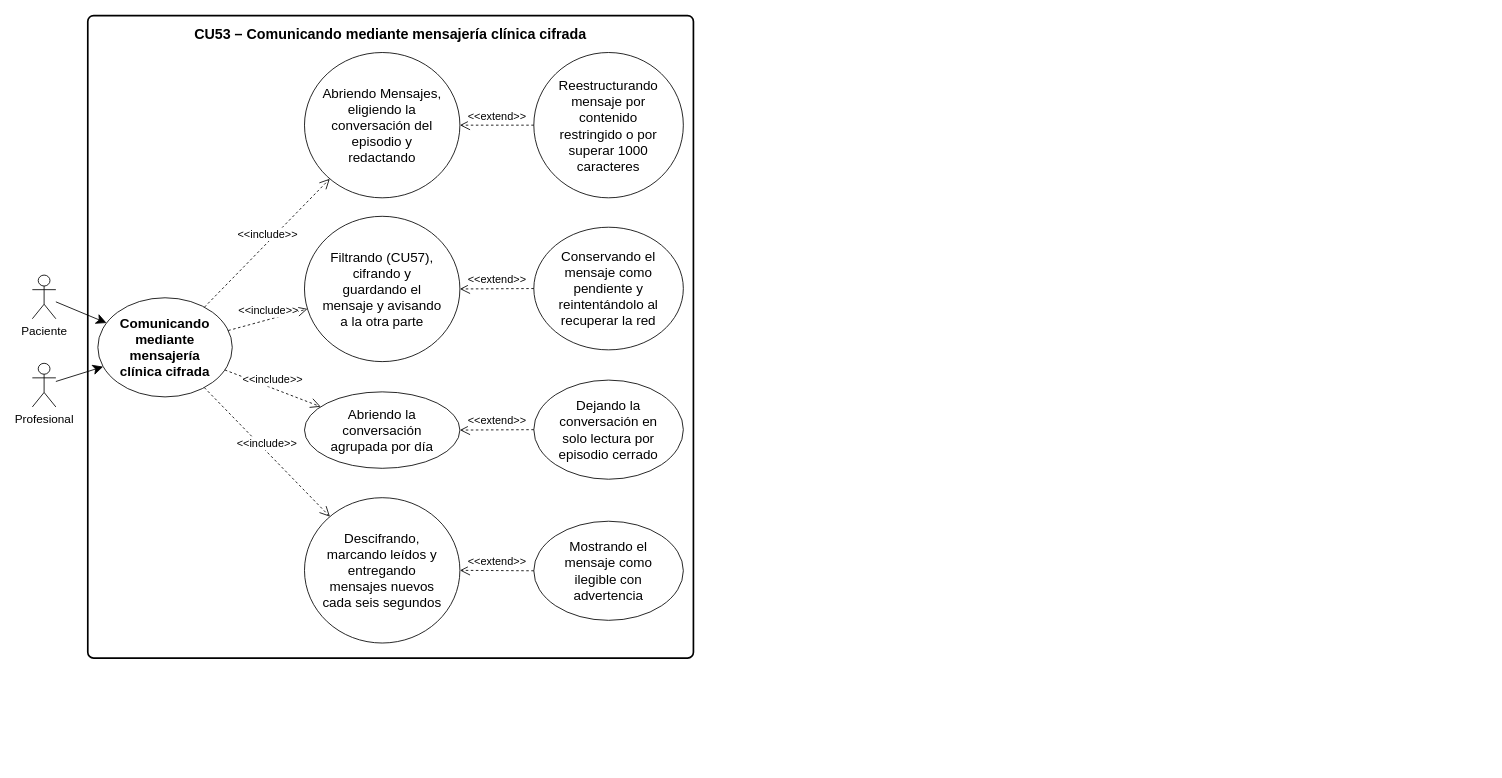
Earlier version of the draw.io diagram Documento 0/Diagramas de CU/CU53.drawio (souln4me/IDS_Documentacion_Grupo17). Source tidied: cells renumbered, new cells numbered last; positions are measured from the earlier drawing's top-left corner, leaving out a move shared by most shapes. Both pictures are drawn from the tidied source at 84%, with x=0, y=0 at pixel (32, 15).
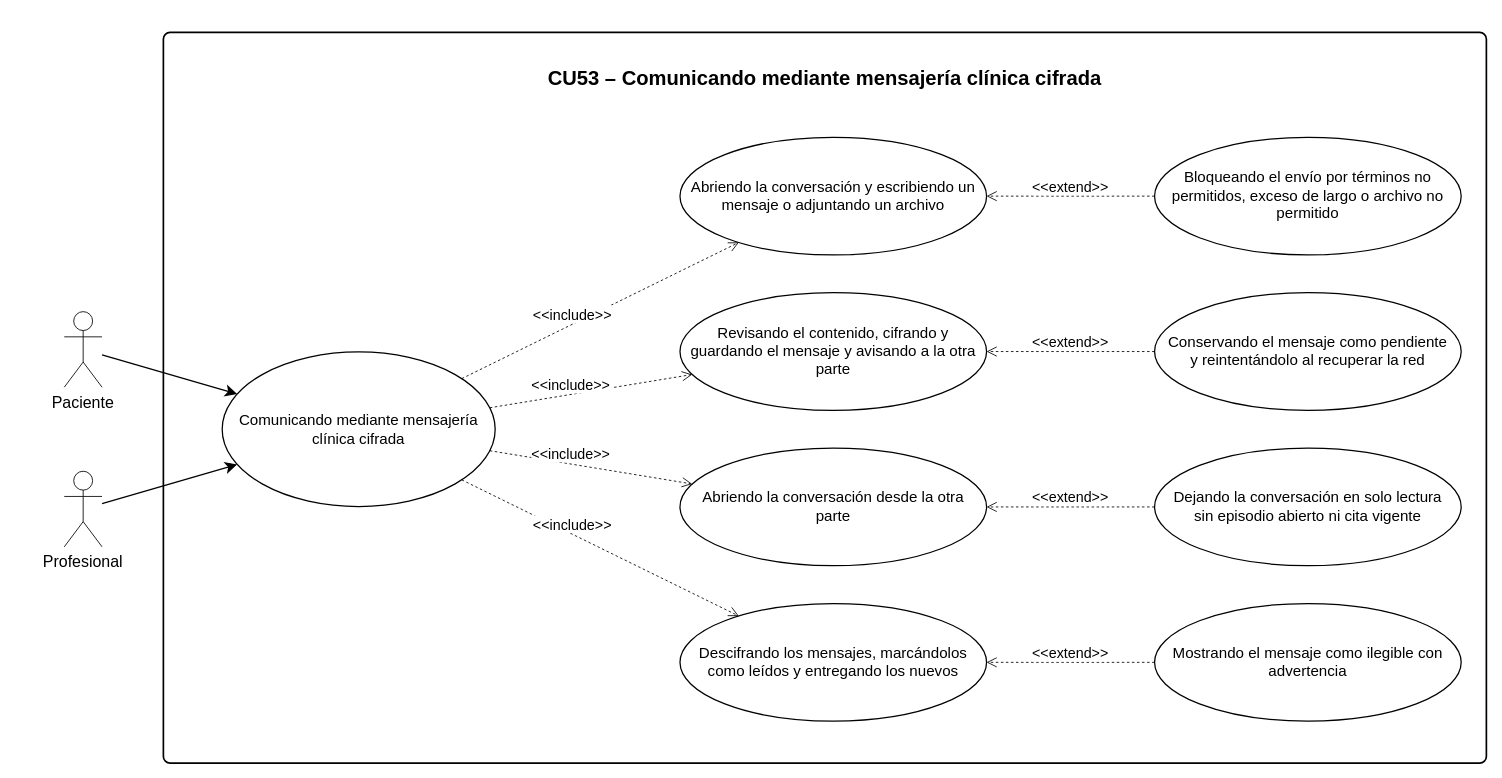
The same page after the edit.

The edit, as a diff of the source:
```diff
@@
-<mxGraphModel>
+<mxGraphModel background="#ffffff">
@@
-    <mxCell id="2" style="rounded=1;whiteSpace=wrap;html=1;absoluteArcSize=1;arcSize=14;strokeWidth=2;fillColor=none;" parent="1" vertex="1">
-      <mxGeometry x="66" width="721" height="765" as="geometry" />
-    </mxCell>
+    <mxCell id="25" style="rounded=1;whiteSpace=wrap;html=0;absoluteArcSize=1;arcSize=16;strokeWidth=2;fillColor=none;strokeColor=#000000;" parent="1" vertex="1">
+      <mxGeometry x="156" y="20" width="1575" height="870" as="geometry" />
+    </mxCell>
-    <mxCell id="3" value="CU53 – Comunicando mediante mensajería clínica cifrada" style="text;html=1;align=center;verticalAlign=middle;fontStyle=1;strokeColor=none;fillColor=none;fontSize=17;whiteSpace=wrap;" parent="1" vertex="1">
-      <mxGeometry x="76" y="6" width="701" height="34" as="geometry" />
+    <mxCell id="3" value="CU53 – Comunicando mediante mensajería clínica cifrada" style="text;html=0;align=center;verticalAlign=middle;fontStyle=1;strokeColor=none;fillColor=none;fontSize=24;fontFamily=Arial;fontColor=#000000;" parent="1" vertex="1">
+      <mxGeometry x="186" y="40" width="1515" height="65" as="geometry" />
     </mxCell>
-    <mxCell id="4" value="Comunicando mediante mensajería clínica cifrada" style="ellipse;whiteSpace=wrap;html=1;fontSize=16;spacing=0;spacingLeft=18;spacingRight=18;fontStyle=1;" parent="1" vertex="1">
-      <mxGeometry x="78" y="336" width="160" height="118" as="geometry" />
+    <mxCell id="4" value="Comunicando mediante mensajería clínica cifrada" style="ellipse;whiteSpace=wrap;html=0;align=center;verticalAlign=middle;fillColor=#FFFFFF;strokeColor=#000000;strokeWidth=1.5;fontFamily=Arial;fontSize=18;fontColor=#000000;spacing=12;" parent="1" vertex="1">
+      <mxGeometry x="226" y="400.5" width="325" height="184" as="geometry" />
     </mxCell>
-    <mxCell id="5" value="Abriendo Mensajes, eligiendo la conversación del episodio y redactando" style="ellipse;whiteSpace=wrap;html=1;fontSize=16;spacing=0;spacingLeft=20;spacingRight=20;" parent="1" vertex="1">
-      <mxGeometry x="324" y="44" width="185" height="173" as="geometry" />
-    </mxCell>
-    <mxCell id="6" value="&amp;lt;&amp;lt;include&amp;gt;&amp;gt;" style="html=1;verticalAlign=bottom;labelBackgroundColor=#ffffff;endArrow=open;dashed=1;endSize=10;curved=0;rounded=0;fontSize=13;" parent="1" edge="1" source="4" target="5">
-      <mxGeometry relative="1" as="geometry" />
-    </mxCell>
-    <mxCell id="7" value="Reestructurando mensaje por contenido restringido o por superar 1000 caracteres" style="ellipse;whiteSpace=wrap;html=1;fontSize=16;spacing=0;spacingLeft=20;spacingRight=20;" parent="1" vertex="1">
-      <mxGeometry x="597" y="44" width="178" height="173" as="geometry" />
-    </mxCell>
-    <mxCell id="8" value="&amp;lt;&amp;lt;extend&amp;gt;&amp;gt;" style="html=1;verticalAlign=bottom;labelBackgroundColor=#ffffff;endArrow=open;dashed=1;endSize=10;curved=0;rounded=0;fontSize=13;" parent="1" edge="1" source="7" target="5">
-      <mxGeometry relative="1" as="geometry" />
-    </mxCell>
-    <mxCell id="9" value="Filtrando (CU57), cifrando y guardando el mensaje y avisando a la otra parte" style="ellipse;whiteSpace=wrap;html=1;fontSize=16;spacing=0;spacingLeft=20;spacingRight=20;" parent="1" vertex="1">
-      <mxGeometry x="324" y="239" width="185" height="173" as="geometry" />
-    </mxCell>
-    <mxCell id="10" value="&amp;lt;&amp;lt;include&amp;gt;&amp;gt;" style="html=1;verticalAlign=bottom;labelBackgroundColor=#ffffff;endArrow=open;dashed=1;endSize=10;curved=0;rounded=0;fontSize=13;" parent="1" edge="1" source="4" target="9">
-      <mxGeometry relative="1" as="geometry" />
-    </mxCell>
-    <mxCell id="11" value="Conservando el mensaje como pendiente y reintentándolo al recuperar la red" style="ellipse;whiteSpace=wrap;html=1;fontSize=16;spacing=0;spacingLeft=20;spacingRight=20;" parent="1" vertex="1">
-      <mxGeometry x="597" y="252" width="178" height="146" as="geometry" />
-    </mxCell>
-    <mxCell id="12" value="&amp;lt;&amp;lt;extend&amp;gt;&amp;gt;" style="html=1;verticalAlign=bottom;labelBackgroundColor=#ffffff;endArrow=open;dashed=1;endSize=10;curved=0;rounded=0;fontSize=13;" parent="1" edge="1" source="11" target="9">
-      <mxGeometry relative="1" as="geometry" />
-    </mxCell>
-    <mxCell id="13" value="Abriendo la conversación agrupada por día" style="ellipse;whiteSpace=wrap;html=1;fontSize=16;spacing=0;spacingLeft=20;spacingRight=20;" parent="1" vertex="1">
-      <mxGeometry x="324" y="448" width="185" height="91" as="geometry" />
-    </mxCell>
-    <mxCell id="14" value="&amp;lt;&amp;lt;include&amp;gt;&amp;gt;" style="html=1;verticalAlign=bottom;labelBackgroundColor=#ffffff;endArrow=open;dashed=1;endSize=10;curved=0;rounded=0;fontSize=13;" parent="1" edge="1" source="4" target="13">
-      <mxGeometry relative="1" as="geometry" />
-    </mxCell>
-    <mxCell id="15" value="Dejando la conversación en solo lectura por episodio cerrado" style="ellipse;whiteSpace=wrap;html=1;fontSize=16;spacing=0;spacingLeft=20;spacingRight=20;" parent="1" vertex="1">
-      <mxGeometry x="597" y="434" width="178" height="118" as="geometry" />
-    </mxCell>
-    <mxCell id="16" value="&amp;lt;&amp;lt;extend&amp;gt;&amp;gt;" style="html=1;verticalAlign=bottom;labelBackgroundColor=#ffffff;endArrow=open;dashed=1;endSize=10;curved=0;rounded=0;fontSize=13;" parent="1" edge="1" source="15" target="13">
-      <mxGeometry relative="1" as="geometry" />
-    </mxCell>
-    <mxCell id="17" value="Descifrando, marcando leídos y entregando mensajes nuevos cada seis segundos" style="ellipse;whiteSpace=wrap;html=1;fontSize=16;spacing=0;spacingLeft=20;spacingRight=20;" parent="1" vertex="1">
-      <mxGeometry x="324" y="574" width="185" height="173" as="geometry" />
-    </mxCell>
-    <mxCell id="18" value="&amp;lt;&amp;lt;include&amp;gt;&amp;gt;" style="html=1;verticalAlign=bottom;labelBackgroundColor=#ffffff;endArrow=open;dashed=1;endSize=10;curved=0;rounded=0;fontSize=13;" parent="1" edge="1" source="4" target="17">
-      <mxGeometry relative="1" as="geometry" />
-    </mxCell>
-    <mxCell id="19" value="Mostrando el mensaje como ilegible con advertencia" style="ellipse;whiteSpace=wrap;html=1;fontSize=16;spacing=0;spacingLeft=20;spacingRight=20;" parent="1" vertex="1">
-      <mxGeometry x="597" y="602" width="178" height="118" as="geometry" />
-    </mxCell>
-    <mxCell id="20" value="&amp;lt;&amp;lt;extend&amp;gt;&amp;gt;" style="html=1;verticalAlign=bottom;labelBackgroundColor=#ffffff;endArrow=open;dashed=1;endSize=10;curved=0;rounded=0;fontSize=13;" parent="1" edge="1" source="19" target="17">
-      <mxGeometry relative="1" as="geometry" />
-    </mxCell>
-    <mxCell id="21" value="Paciente" style="shape=umlActor;verticalLabelPosition=bottom;verticalAlign=top;html=1;outlineConnect=0;fontSize=14;" parent="1" vertex="1">
-      <mxGeometry y="309" width="28" height="52" as="geometry" />
+    <mxCell id="21" value="Paciente" style="shape=umlActor;verticalLabelPosition=bottom;verticalAlign=top;html=0;outlineConnect=0;fillColor=#FFFFFF;strokeColor=#000000;fontFamily=Arial;fontSize=19;fontColor=#000000;" parent="1" vertex="1">
+      <mxGeometry x="38" y="352.5" width="45" height="90" as="geometry" />
     </mxCell>
-    <mxCell id="22" style="html=1;endArrow=classic;endSize=10;curved=0;rounded=0;" parent="1" edge="1" source="21" target="4">
+    <mxCell id="22" style="html=0;endArrow=classic;endSize=10;curved=0;rounded=0;strokeColor=#000000;strokeWidth=1.5;" parent="1" edge="1" source="21" target="4">
       <mxGeometry relative="1" as="geometry" />
     </mxCell>
-    <mxCell id="23" value="Profesional" style="shape=umlActor;verticalLabelPosition=bottom;verticalAlign=top;html=1;outlineConnect=0;fontSize=14;" parent="1" vertex="1">
-      <mxGeometry y="414" width="28" height="52" as="geometry" />
+    <mxCell id="23" value="Profesional" style="shape=umlActor;verticalLabelPosition=bottom;verticalAlign=top;html=0;outlineConnect=0;fillColor=#FFFFFF;strokeColor=#000000;fontFamily=Arial;fontSize=19;fontColor=#000000;" parent="1" vertex="1">
+      <mxGeometry x="38" y="542.5" width="45" height="90" as="geometry" />
     </mxCell>
-    <mxCell id="24" style="html=1;endArrow=classic;endSize=10;curved=0;rounded=0;" parent="1" edge="1" source="23" target="4">
+    <mxCell id="24" style="html=0;endArrow=classic;endSize=10;curved=0;rounded=0;strokeColor=#000000;strokeWidth=1.5;" parent="1" edge="1" source="23" target="4">
       <mxGeometry relative="1" as="geometry" />
     </mxCell>
+    <mxCell id="26" value="Abriendo la conversación y escribiendo un mensaje o adjuntando un archivo" style="ellipse;whiteSpace=wrap;html=0;align=center;verticalAlign=middle;fillColor=#FFFFFF;strokeColor=#000000;strokeWidth=1.5;fontFamily=Arial;fontSize=18;fontColor=#000000;spacing=12;" parent="1" vertex="1">
+      <mxGeometry x="771" y="145" width="365" height="140" as="geometry" />
+    </mxCell>
+    <mxCell id="27" value="&lt;&lt;include&gt;&gt;" style="html=0;verticalAlign=bottom;endArrow=open;endFill=0;dashed=1;endSize=10;curved=0;rounded=0;strokeColor=#000000;fontColor=#000000;fontFamily=Arial;fontSize=17;labelBackgroundColor=#FFFFFF;" parent="1" edge="1" source="4" target="26">
+      <mxGeometry x="-0.2" relative="1" as="geometry" />
+    </mxCell>
+    <mxCell id="28" value="Revisando el contenido, cifrando y guardando el mensaje y avisando a la otra parte" style="ellipse;whiteSpace=wrap;html=0;align=center;verticalAlign=middle;fillColor=#FFFFFF;strokeColor=#000000;strokeWidth=1.5;fontFamily=Arial;fontSize=18;fontColor=#000000;spacing=12;" parent="1" vertex="1">
+      <mxGeometry x="771" y="330" width="365" height="140" as="geometry" />
+    </mxCell>
+    <mxCell id="29" value="&lt;&lt;include&gt;&gt;" style="html=0;verticalAlign=bottom;endArrow=open;endFill=0;dashed=1;endSize=10;curved=0;rounded=0;strokeColor=#000000;fontColor=#000000;fontFamily=Arial;fontSize=17;labelBackgroundColor=#FFFFFF;" parent="1" edge="1" source="4" target="28">
+      <mxGeometry x="-0.2" relative="1" as="geometry" />
+    </mxCell>
+    <mxCell id="30" value="Abriendo la conversación desde la otra parte" style="ellipse;whiteSpace=wrap;html=0;align=center;verticalAlign=middle;fillColor=#FFFFFF;strokeColor=#000000;strokeWidth=1.5;fontFamily=Arial;fontSize=18;fontColor=#000000;spacing=12;" parent="1" vertex="1">
+      <mxGeometry x="771" y="515" width="365" height="140" as="geometry" />
+    </mxCell>
+    <mxCell id="31" value="&lt;&lt;include&gt;&gt;" style="html=0;verticalAlign=bottom;endArrow=open;endFill=0;dashed=1;endSize=10;curved=0;rounded=0;strokeColor=#000000;fontColor=#000000;fontFamily=Arial;fontSize=17;labelBackgroundColor=#FFFFFF;" parent="1" edge="1" source="4" target="30">
+      <mxGeometry x="-0.2" relative="1" as="geometry" />
+    </mxCell>
+    <mxCell id="32" value="Descifrando los mensajes, marcándolos como leídos y entregando los nuevos" style="ellipse;whiteSpace=wrap;html=0;align=center;verticalAlign=middle;fillColor=#FFFFFF;strokeColor=#000000;strokeWidth=1.5;fontFamily=Arial;fontSize=18;fontColor=#000000;spacing=12;" parent="1" vertex="1">
+      <mxGeometry x="771" y="700" width="365" height="140" as="geometry" />
+    </mxCell>
+    <mxCell id="33" value="&lt;&lt;include&gt;&gt;" style="html=0;verticalAlign=bottom;endArrow=open;endFill=0;dashed=1;endSize=10;curved=0;rounded=0;strokeColor=#000000;fontColor=#000000;fontFamily=Arial;fontSize=17;labelBackgroundColor=#FFFFFF;" parent="1" edge="1" source="4" target="32">
+      <mxGeometry x="-0.2" relative="1" as="geometry" />
+    </mxCell>
+    <mxCell id="34" value="Bloqueando el envío por términos no permitidos, exceso de largo o archivo no permitido" style="ellipse;whiteSpace=wrap;html=0;align=center;verticalAlign=middle;fillColor=#FFFFFF;strokeColor=#000000;strokeWidth=1.5;fontFamily=Arial;fontSize=18;fontColor=#000000;spacing=12;" parent="1" vertex="1">
+      <mxGeometry x="1336" y="145" width="365" height="140" as="geometry" />
+    </mxCell>
+    <mxCell id="35" value="&lt;&lt;extend&gt;&gt;" style="html=0;verticalAlign=bottom;endArrow=open;endFill=0;dashed=1;endSize=10;curved=0;rounded=0;strokeColor=#000000;fontColor=#000000;fontFamily=Arial;fontSize=17;labelBackgroundColor=#FFFFFF;" parent="1" edge="1" source="34" target="26">
+      <mxGeometry relative="1" as="geometry" />
+    </mxCell>
+    <mxCell id="11" value="Conservando el mensaje como pendiente y reintentándolo al recuperar la red" style="ellipse;whiteSpace=wrap;html=0;align=center;verticalAlign=middle;fillColor=#FFFFFF;strokeColor=#000000;strokeWidth=1.5;fontFamily=Arial;fontSize=18;fontColor=#000000;spacing=12;" parent="1" vertex="1">
+      <mxGeometry x="1336" y="330" width="365" height="140" as="geometry" />
+    </mxCell>
+    <mxCell id="36" value="&lt;&lt;extend&gt;&gt;" style="html=0;verticalAlign=bottom;endArrow=open;endFill=0;dashed=1;endSize=10;curved=0;rounded=0;strokeColor=#000000;fontColor=#000000;fontFamily=Arial;fontSize=17;labelBackgroundColor=#FFFFFF;" parent="1" edge="1" source="11" target="28">
+      <mxGeometry relative="1" as="geometry" />
+    </mxCell>
+    <mxCell id="37" value="Dejando la conversación en solo lectura sin episodio abierto ni cita vigente" style="ellipse;whiteSpace=wrap;html=0;align=center;verticalAlign=middle;fillColor=#FFFFFF;strokeColor=#000000;strokeWidth=1.5;fontFamily=Arial;fontSize=18;fontColor=#000000;spacing=12;" parent="1" vertex="1">
+      <mxGeometry x="1336" y="515" width="365" height="140" as="geometry" />
+    </mxCell>
+    <mxCell id="38" value="&lt;&lt;extend&gt;&gt;" style="html=0;verticalAlign=bottom;endArrow=open;endFill=0;dashed=1;endSize=10;curved=0;rounded=0;strokeColor=#000000;fontColor=#000000;fontFamily=Arial;fontSize=17;labelBackgroundColor=#FFFFFF;" parent="1" edge="1" source="37" target="30">
+      <mxGeometry relative="1" as="geometry" />
+    </mxCell>
+    <mxCell id="19" value="Mostrando el mensaje como ilegible con advertencia" style="ellipse;whiteSpace=wrap;html=0;align=center;verticalAlign=middle;fillColor=#FFFFFF;strokeColor=#000000;strokeWidth=1.5;fontFamily=Arial;fontSize=18;fontColor=#000000;spacing=12;" parent="1" vertex="1">
+      <mxGeometry x="1336" y="700" width="365" height="140" as="geometry" />
+    </mxCell>
+    <mxCell id="39" value="&lt;&lt;extend&gt;&gt;" style="html=0;verticalAlign=bottom;endArrow=open;endFill=0;dashed=1;endSize=10;curved=0;rounded=0;strokeColor=#000000;fontColor=#000000;fontFamily=Arial;fontSize=17;labelBackgroundColor=#FFFFFF;" parent="1" edge="1" source="19" target="32">
+      <mxGeometry relative="1" as="geometry" />
+    </mxCell>
```
